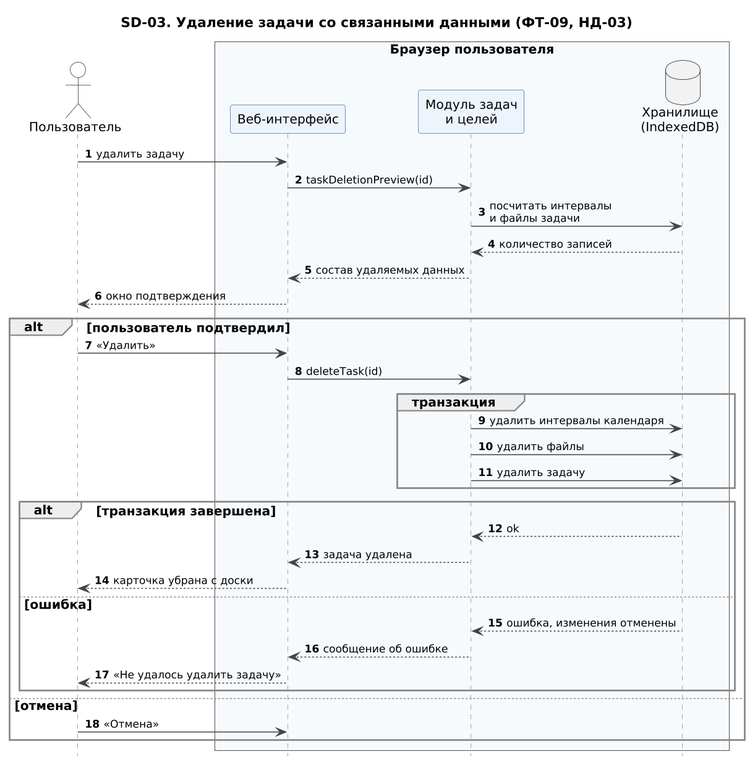
freez044/kpo_project keeps this PlantUML diagram as docs/uml/png/SD-03_udalenie_zadachi.png. Above is the earlier version. Source of this version:
```plantuml
@startuml SD-03_udalenie_zadachi
!include seqhead.iuml
title SD-03. Удаление задачи со связанными данными (ФТ-09, НД-03)
actor "Пользователь" as U
box "Браузер пользователя" #F7FAFD
participant "Веб-интерфейс" as UI
participant "Модуль задач\nи целей" as TM
database "Хранилище\n(IndexedDB)" as DB
end box

U -> UI : удалить задачу
UI -> TM : taskDeletionPreview(id)
TM -> DB : посчитать интервалы\nи файлы задачи
DB --> TM : количество записей
TM --> UI : состав удаляемых данных
UI --> U : окно подтверждения
alt пользователь подтвердил
  U -> UI : «Удалить»
  UI -> TM : deleteTask(id)
  group транзакция
    TM -> DB : удалить интервалы календаря
    TM -> DB : удалить файлы
    TM -> DB : удалить задачу
  end
  alt транзакция завершена
    DB --> TM : ok
    TM --> UI : задача удалена
    UI --> U : карточка убрана с доски
  else ошибка
    DB --> TM : ошибка, изменения отменены
    TM --> UI : сообщение об ошибке
    UI --> U : «Не удалось удалить задачу»
  end
else отмена
  U -> UI : «Отмена»
end
@enduml
```
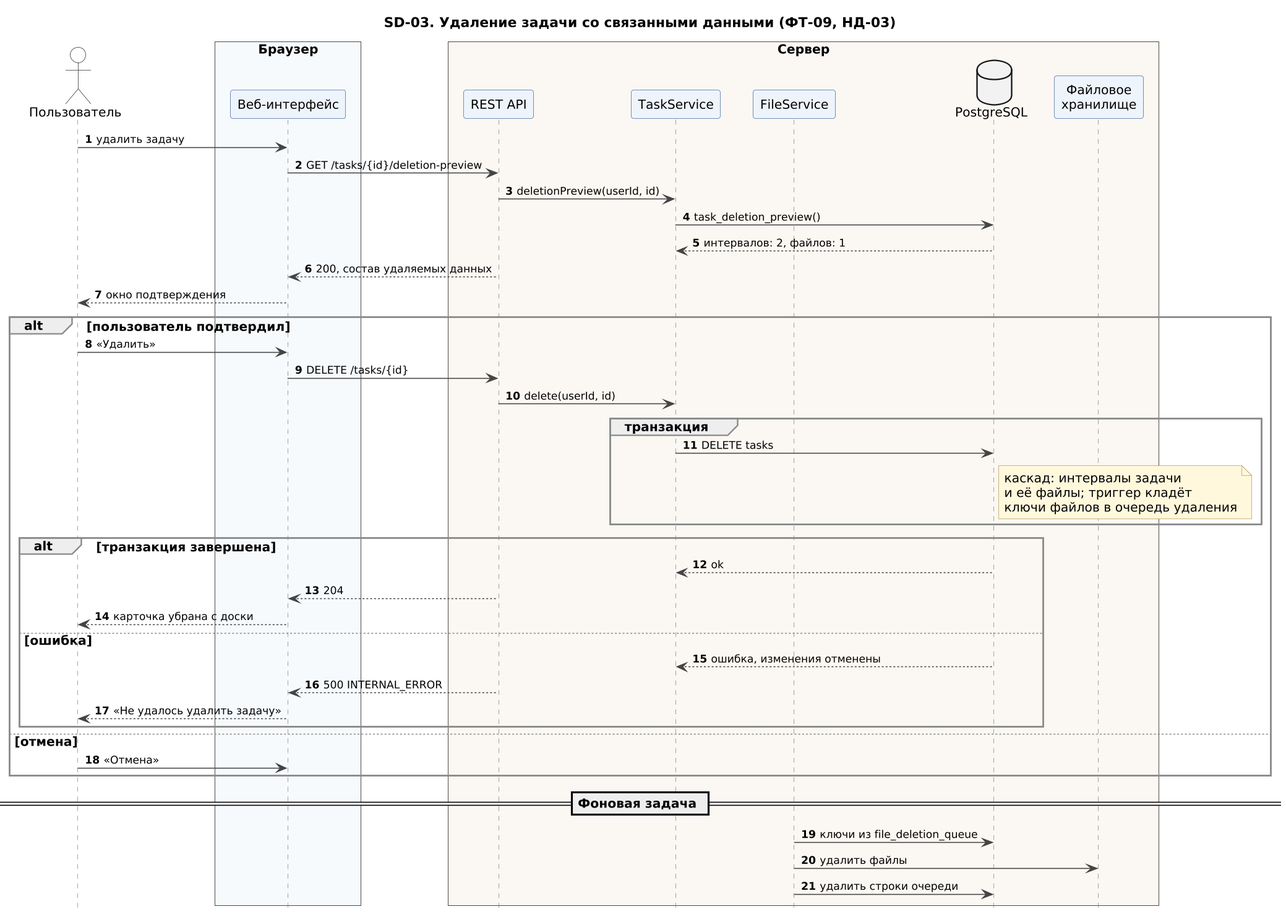
Later version of the same file.

Diff of the diagram source:
```diff
@@ -2,36 +2,51 @@
 !include seqhead.iuml
 title SD-03. Удаление задачи со связанными данными (ФТ-09, НД-03)
 actor "Пользователь" as U
-box "Браузер пользователя" #F7FAFD
+box "Браузер" #F7FAFD
 participant "Веб-интерфейс" as UI
-participant "Модуль задач\nи целей" as TM
-database "Хранилище\n(IndexedDB)" as DB
+end box
+box "Сервер" #FBF7F2
+participant "REST API" as API
+participant "TaskService" as TS
+participant "FileService" as FSV
+database "PostgreSQL" as DB
+participant "Файловое\nхранилище" as FST
 end box
 
 U -> UI : удалить задачу
-UI -> TM : taskDeletionPreview(id)
-TM -> DB : посчитать интервалы\nи файлы задачи
-DB --> TM : количество записей
-TM --> UI : состав удаляемых данных
+UI -> API : GET /tasks/{id}/deletion-preview
+API -> TS : deletionPreview(userId, id)
+TS -> DB : task_deletion_preview()
+DB --> TS : интервалов: 2, файлов: 1
+API --> UI : 200, состав удаляемых данных
 UI --> U : окно подтверждения
 alt пользователь подтвердил
   U -> UI : «Удалить»
-  UI -> TM : deleteTask(id)
+  UI -> API : DELETE /tasks/{id}
+  API -> TS : delete(userId, id)
   group транзакция
-    TM -> DB : удалить интервалы календаря
-    TM -> DB : удалить файлы
-    TM -> DB : удалить задачу
+    TS -> DB : DELETE tasks
+    note right of DB
+      каскад: интервалы задачи
+      и её файлы; триггер кладёт
+      ключи файлов в очередь удаления
+    end note
   end
   alt транзакция завершена
-    DB --> TM : ok
-    TM --> UI : задача удалена
+    DB --> TS : ok
+    API --> UI : 204
     UI --> U : карточка убрана с доски
   else ошибка
-    DB --> TM : ошибка, изменения отменены
-    TM --> UI : сообщение об ошибке
+    DB --> TS : ошибка, изменения отменены
+    API --> UI : 500 INTERNAL_ERROR
     UI --> U : «Не удалось удалить задачу»
   end
 else отмена
   U -> UI : «Отмена»
 end
+
+== Фоновая задача ==
+FSV -> DB : ключи из file_deletion_queue
+FSV -> FST : удалить файлы
+FSV -> DB : удалить строки очереди
 @enduml
```
